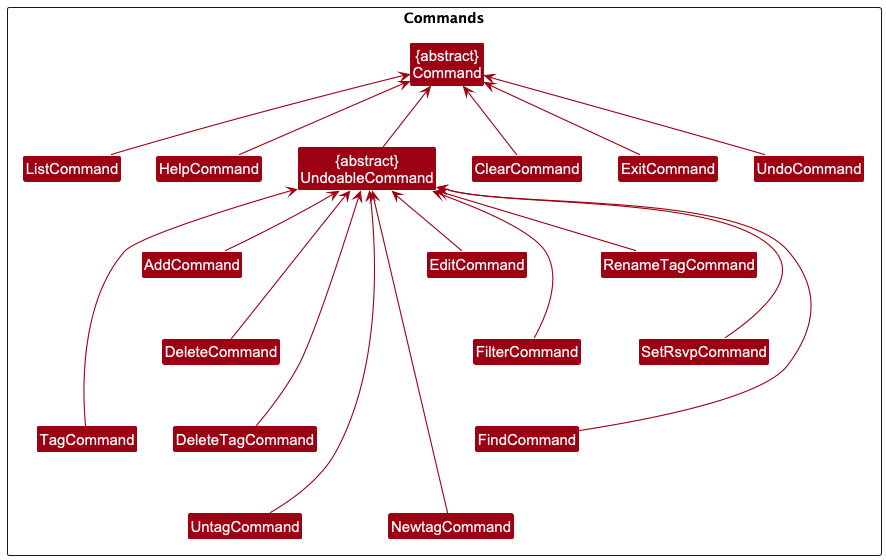
The PlantUML diagram docs/images/CommandClassDiagram.png in nus-cs2103-AY2425S1/tp, before a commit. Source of this version:
```plantuml
@startuml
!include style.puml
skinparam arrowThickness 1.1
skinparam arrowColor MODEL_COLOR
skinparam classBackgroundColor MODEL_COLOR

Package Commands <<Rectangle>> {
    Class "{abstract}\nCommand" as Command
    Class "{abstract}\nUndoableCommand" as UndoableCommand

    Class AddCommand
    Class ClearCommand
    Class DeleteCommand
    Class DeleteTagCommand
    Class EditCommand
    Class ExitCommand
    Class FilterCommand
    Class FindCommand
    Class HelpCommand
    Class ListCommand
    Class NewtagCommand
    Class RenameTagCommand
    Class SetRsvpCommand
    Class TagCommand
    Class UntagCommand
    Class UndoCommand


    UndoableCommand -up-> Command
    ClearCommand -up-> Command
    ExitCommand -up-> Command
    HelpCommand -up-> Command
    HelpCommand -[hidden]right-> UndoableCommand
    ListCommand -up-> Command
    ListCommand -[hidden]right-> UndoableCommand
    UndoCommand -up-> Command

    AddCommand -[hidden]up-> UndoableCommand
    AddCommand -up-> UndoableCommand
    DeleteCommand -up-> UndoableCommand
    DeleteTagCommand -up-> UndoableCommand
    EditCommand -up-> UndoableCommand
    FilterCommand -up-> UndoableCommand
    FindCommand -up-> UndoableCommand
    NewtagCommand -up-> UndoableCommand
    RenameTagCommand -up-> UndoableCommand
    SetRsvpCommand -up-> UndoableCommand
    TagCommand -up-> UndoableCommand
    UntagCommand -up-> UndoableCommand

    AddCommand-[hidden]-> DeleteCommand
        FindCommand -[hidden]up-> FilterCommand
        DeleteCommand -[hidden]down-> DeleteTagCommand
        EditCommand -[hidden]down-> FilterCommand
        FindCommand -[hidden]down-> NewtagCommand
        RenameTagCommand -[hidden]-> SetRsvpCommand
        UntagCommand -[hidden]up-> TagCommand
        UntagCommand -[hidden]up-> DeleteTagCommand


}



@enduml
```
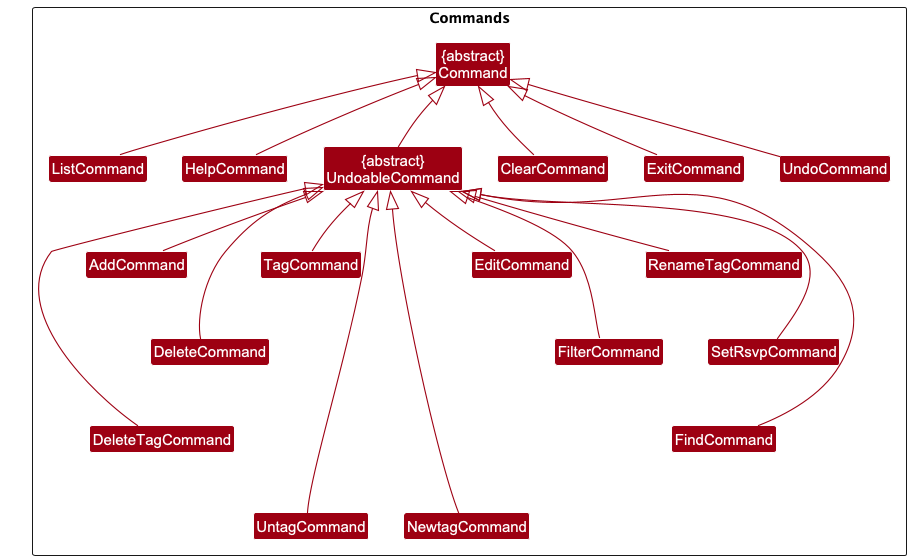
Later version of the same file.

What changed in the source:
```diff
@@ -6,56 +6,55 @@
 
 Package Commands <<Rectangle>> {
     Class "{abstract}\nCommand" as Command
-    Class "{abstract}\nUndoableCommand" as UndoableCommand
+    Class "{abstract}\nUndoableCommand" as UndoableCommand extends Command
 
-    Class AddCommand
-    Class ClearCommand
-    Class DeleteCommand
-    Class DeleteTagCommand
-    Class EditCommand
-    Class ExitCommand
-    Class FilterCommand
-    Class FindCommand
-    Class HelpCommand
-    Class ListCommand
-    Class NewtagCommand
-    Class RenameTagCommand
-    Class SetRsvpCommand
-    Class TagCommand
-    Class UntagCommand
-    Class UndoCommand
+    Class AddCommand extends UndoableCommand
+    Class ClearCommand extends Command
+    Class DeleteCommand extends UndoableCommand
+    Class DeleteTagCommand extends UndoableCommand
+    Class EditCommand extends UndoableCommand
+    Class ExitCommand extends Command
+    Class FilterCommand extends UndoableCommand
+    Class FindCommand extends UndoableCommand
+    Class HelpCommand extends Command
+    Class ListCommand extends Command
+    Class NewtagCommand extends UndoableCommand
+    Class RenameTagCommand extends UndoableCommand
+    Class SetRsvpCommand extends UndoableCommand
+    Class TagCommand extends UndoableCommand
+    Class UntagCommand extends UndoableCommand
+    Class UndoCommand extends Command
 
 
-    UndoableCommand -up-> Command
-    ClearCommand -up-> Command
-    ExitCommand -up-> Command
-    HelpCommand -up-> Command
+    UndoableCommand -[hidden]up-> Command
+    ClearCommand -[hidden]up-> Command
+    ExitCommand -[hidden]up-> Command
+    HelpCommand -[hidden]up-> Command
     HelpCommand -[hidden]right-> UndoableCommand
-    ListCommand -up-> Command
+    ListCommand -[hidden]up-> Command
     ListCommand -[hidden]right-> UndoableCommand
-    UndoCommand -up-> Command
+    UndoCommand -[hidden]up-> Command
 
     AddCommand -[hidden]up-> UndoableCommand
-    AddCommand -up-> UndoableCommand
-    DeleteCommand -up-> UndoableCommand
-    DeleteTagCommand -up-> UndoableCommand
-    EditCommand -up-> UndoableCommand
-    FilterCommand -up-> UndoableCommand
-    FindCommand -up-> UndoableCommand
-    NewtagCommand -up-> UndoableCommand
-    RenameTagCommand -up-> UndoableCommand
-    SetRsvpCommand -up-> UndoableCommand
-    TagCommand -up-> UndoableCommand
-    UntagCommand -up-> UndoableCommand
+    DeleteCommand -[hidden]up-> UndoableCommand
+    DeleteTagCommand -[hidden]up-> UndoableCommand
+    EditCommand -[hidden]up-> UndoableCommand
+    FilterCommand -[hidden]up-> UndoableCommand
+    FindCommand -[hidden]up-> UndoableCommand
+    NewtagCommand -[hidden]up-> UndoableCommand
+    RenameTagCommand -[hidden]up-> UndoableCommand
+    SetRsvpCommand -[hidden]up-> UndoableCommand
+    TagCommand -[hidden]up-> UndoableCommand
+    UntagCommand -[hidden]up-> UndoableCommand
 
     AddCommand-[hidden]-> DeleteCommand
-        FindCommand -[hidden]up-> FilterCommand
-        DeleteCommand -[hidden]down-> DeleteTagCommand
-        EditCommand -[hidden]down-> FilterCommand
-        FindCommand -[hidden]down-> NewtagCommand
-        RenameTagCommand -[hidden]-> SetRsvpCommand
-        UntagCommand -[hidden]up-> TagCommand
-        UntagCommand -[hidden]up-> DeleteTagCommand
+    FindCommand -[hidden]up-> FilterCommand
+    DeleteCommand -[hidden]down-> DeleteTagCommand
+    EditCommand -[hidden]down-> FilterCommand
+    FindCommand -[hidden]down-> NewtagCommand
+    RenameTagCommand -[hidden]-> SetRsvpCommand
+    UntagCommand -[hidden]up-> TagCommand
+    UntagCommand -[hidden]up-> DeleteTagCommand
 
 
 }
```
